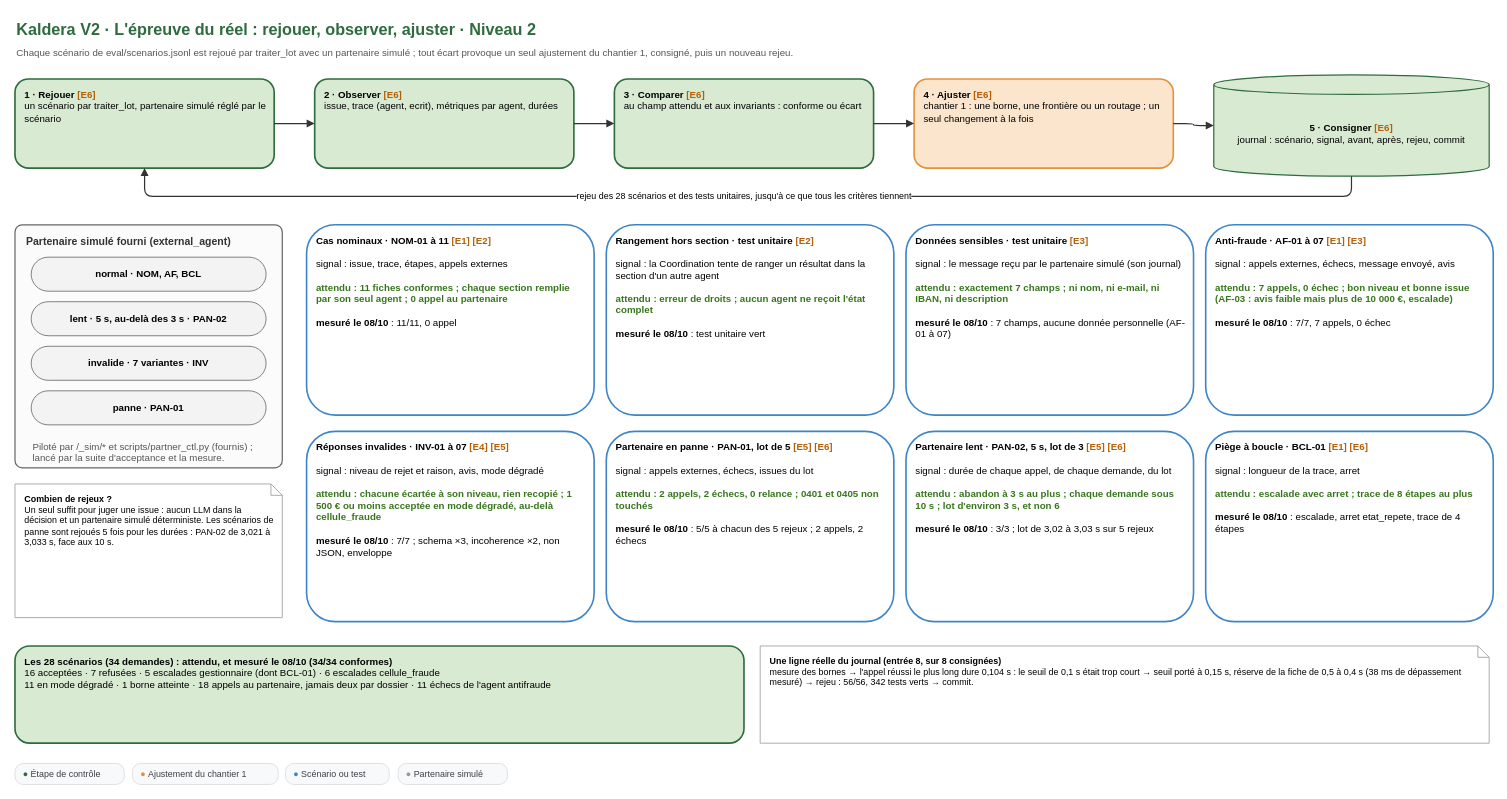
Ganda15/kaldera-bout-en-bout_v2 keeps this draw.io diagram as conception/schemas/schema-N2-epreuve-du-reel.drawio. Above is the earlier version. Source tidied: cells renumbered, new cells numbered last; positions are measured from the earlier drawing's top-left corner, leaving out a move shared by most shapes. Both pictures are drawn from the tidied source at 81%, with x=0, y=0 at pixel (15, 14).
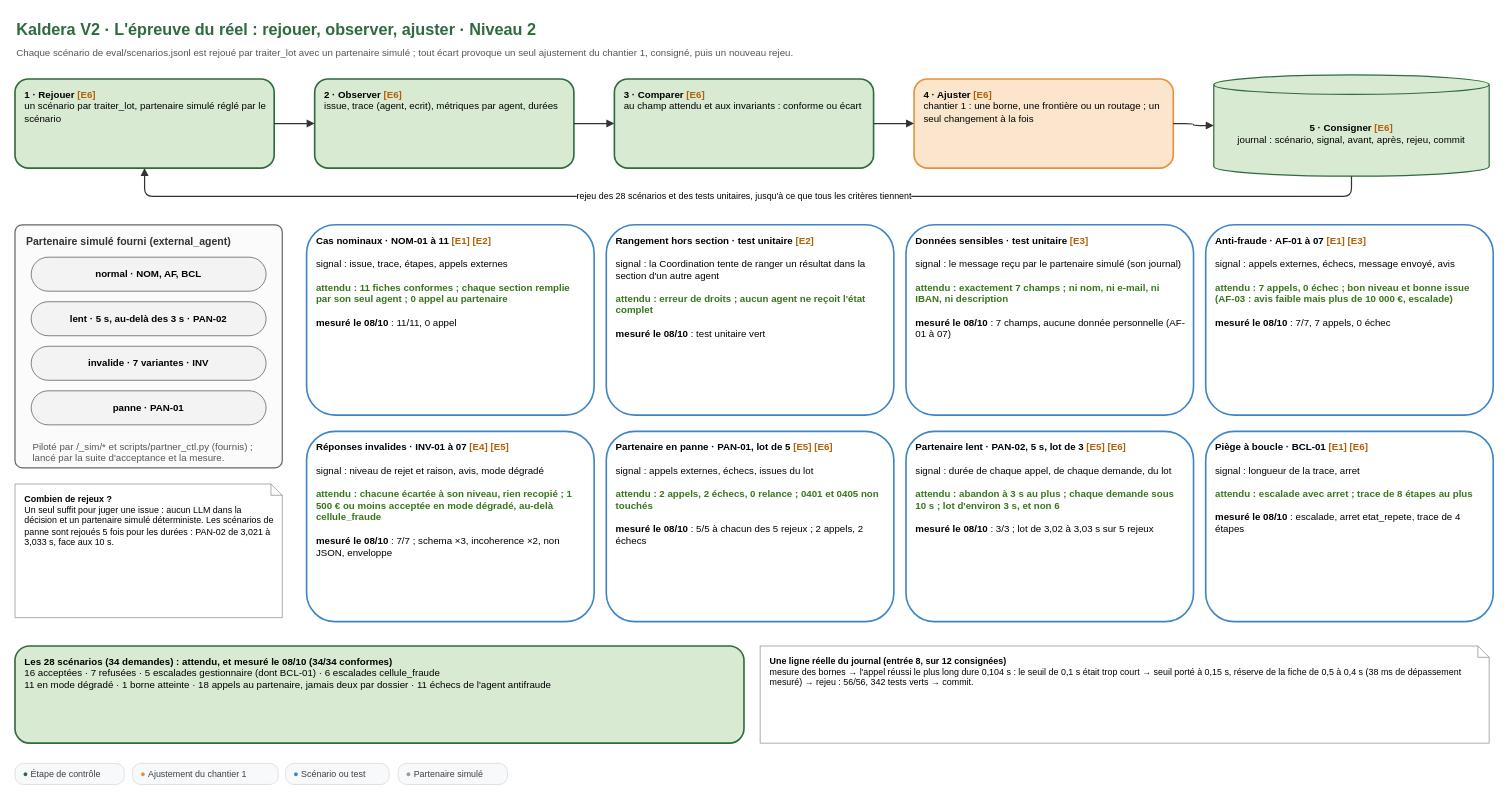
After the change.

Commit message (it also covers changes not shown here):
docs(schemas): schemas 6 et N2, journal des ajustements a 12 entrees

Change to the diagram source:
```diff
@@
-    <mxCell id="30" value="&lt;b&gt;Une ligne réelle du journal (entrée 8, sur 8 consignées)&lt;/b&gt;&lt;br&gt;mesure des bornes → l'appel réussi le plus long dure 0,104 s : le seuil de 0,1 s était trop court → seuil porté à 0,15 s, réserve de la fiche de 0,5 à 0,4 s (38 ms de dépassement mesuré) → rejeu : 56/56, 342 tests verts → commit." style="whiteSpace=wrap;html=1;fontFamily=Arial;fontSize=12;align=left;spacingLeft=10;spacingRight=8;verticalAlign=top;spacingTop=6;shape=note;size=14;fillColor=#ffffff;strokeColor=#999999;fontSize=11;" parent="1" vertex="1">
+    <mxCell id="30" value="&lt;b&gt;Une ligne réelle du journal (entrée 8, sur 12 consignées)&lt;/b&gt;&lt;br&gt;mesure des bornes → l'appel réussi le plus long dure 0,104 s : le seuil de 0,1 s était trop court → seuil porté à 0,15 s, réserve de la fiche de 0,5 à 0,4 s (38 ms de dépassement mesuré) → rejeu : 56/56, 342 tests verts → commit." style="whiteSpace=wrap;html=1;fontFamily=Arial;fontSize=12;align=left;spacingLeft=10;spacingRight=8;verticalAlign=top;spacingTop=6;shape=note;size=14;fillColor=#ffffff;strokeColor=#999999;fontSize=11;" parent="1" vertex="1">
       <mxGeometry x="920" y="780" width="900" height="120" as="geometry" />
     </mxCell>
```
